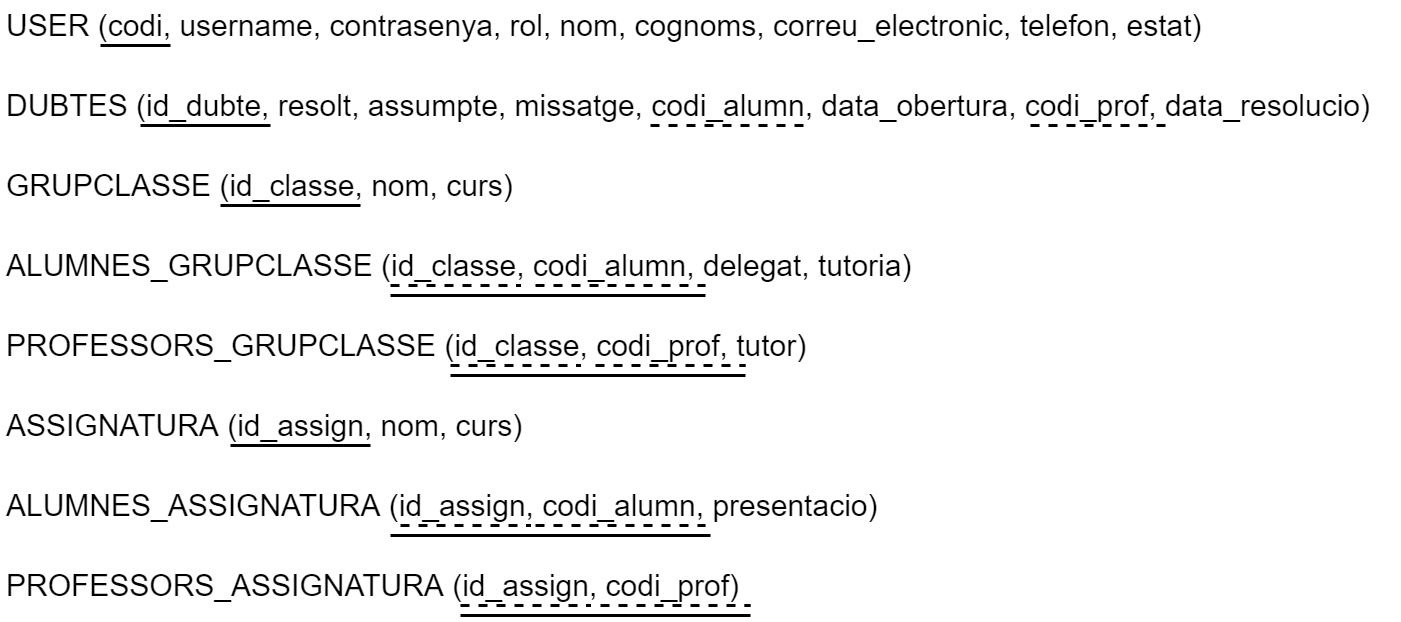
Above: Diagrames/Relacional.drawio.png in Projecte4-Webs-al-punt/Projecte4-Gestor-de-Torns-Professors (draw.io), before the change. Source tidied: cells renumbered, new cells last; positions are measured from the earlier drawing's top-left corner, leaving out a move shared by most shapes.
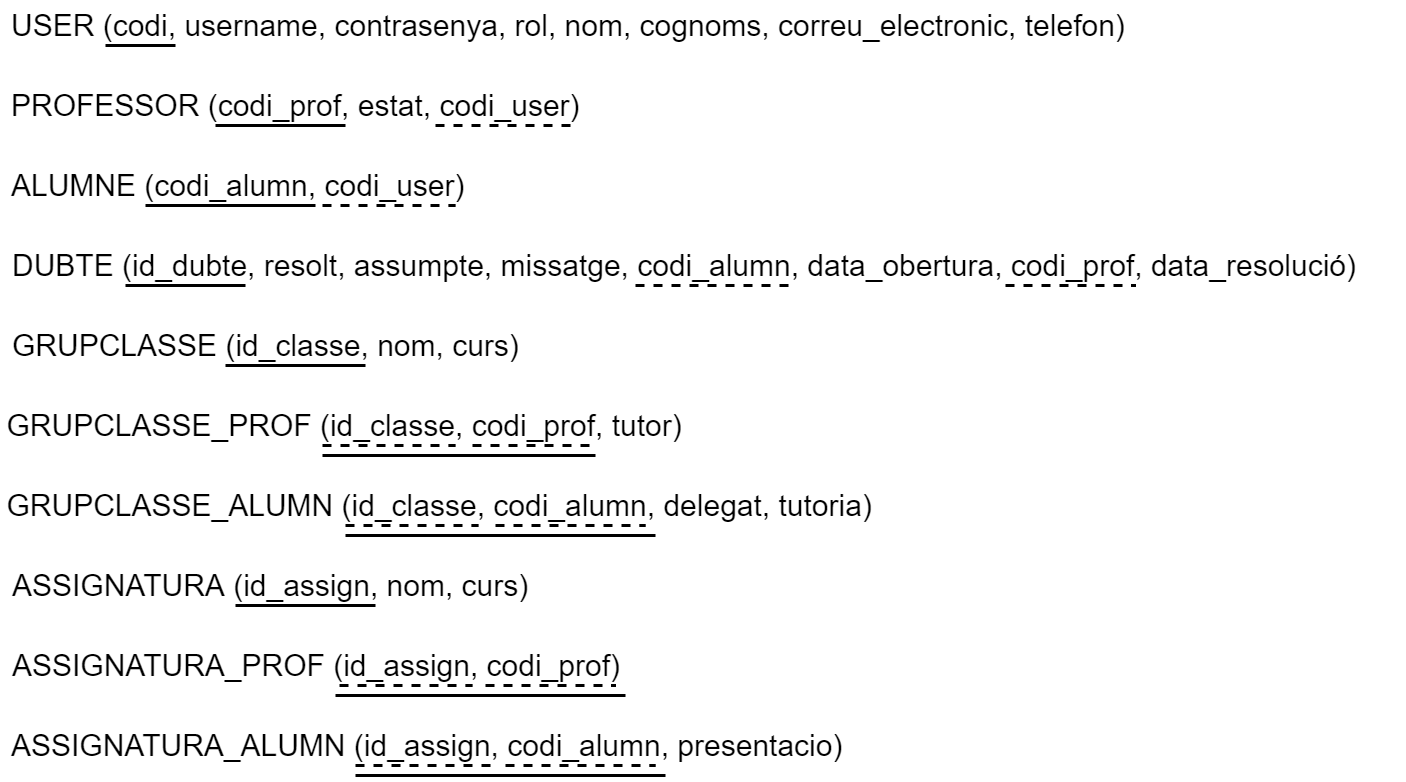
Above is the later version.

Commit message:
model entitat relacio i relacional

The edit, as a diff of the source:
```diff
@@ -2,83 +2,101 @@
   <root>
     <mxCell id="0" />
     <mxCell id="1" parent="0" />
-    <mxCell id="2" value="USER (codi, username, contrasenya, rol, nom, cognoms, correu_electronic, telefon, estat)" style="text;strokeColor=none;fillColor=none;spacingLeft=4;spacingRight=4;overflow=hidden;fontSize=30;" parent="1" vertex="1">
-      <mxGeometry width="1240" height="50" as="geometry" />
+    <mxCell id="2" value="USER (codi, username, contrasenya, rol, nom, cognoms, correu_electronic, telefon)" style="text;strokeColor=none;fillColor=none;spacingLeft=4;spacingRight=4;overflow=hidden;fontSize=30;" parent="1" vertex="1">
+      <mxGeometry width="1160" height="50" as="geometry" />
     </mxCell>
-    <mxCell id="3" value="DUBTES (id_dubte, resolt, assumpte, missatge, codi_alumn, data_obertura, codi_prof, data_resolucio)" style="text;strokeColor=none;fillColor=none;spacingLeft=4;spacingRight=4;overflow=hidden;fontSize=30;" parent="1" vertex="1">
-      <mxGeometry y="80" width="1400" height="50" as="geometry" />
-    </mxCell>
     <mxCell id="4" style="line;strokeWidth=3;dashed=0;labelPosition=right;align=left;verticalAlign=middle;spacingTop=0;spacingLeft=6;fontSize=30;" parent="1" vertex="1">
       <mxGeometry x="100" y="40" width="70" height="10" as="geometry" />
     </mxCell>
-    <mxCell id="5" style="line;strokeWidth=3;dashed=0;labelPosition=right;align=left;verticalAlign=middle;spacingTop=0;spacingLeft=6;fontSize=30;" parent="1" vertex="1">
-      <mxGeometry x="140" y="120" width="130" height="10" as="geometry" />
-    </mxCell>
-    <mxCell id="6" style="line;strokeWidth=3;dashed=1;labelPosition=right;align=left;verticalAlign=middle;spacingTop=0;spacingLeft=6;fontSize=30;" parent="1" vertex="1">
-      <mxGeometry x="650" y="120" width="160" height="10" as="geometry" />
-    </mxCell>
-    <mxCell id="7" style="line;strokeWidth=3;dashed=1;labelPosition=right;align=left;verticalAlign=middle;spacingTop=0;spacingLeft=6;fontSize=30;" parent="1" vertex="1">
-      <mxGeometry x="1030" y="120" width="140" height="10" as="geometry" />
-    </mxCell>
+    <mxCell id="27" value="PROFESSOR (codi_prof, estat, codi_user)" style="text;strokeColor=none;fillColor=none;spacingLeft=4;spacingRight=4;overflow=hidden;fontSize=30;" parent="1" vertex="1">
+      <mxGeometry y="80" width="600" height="50" as="geometry" />
+    </mxCell>
+    <mxCell id="28" style="line;strokeWidth=3;dashed=0;labelPosition=right;align=left;verticalAlign=middle;spacingTop=0;spacingLeft=6;fontSize=30;" parent="1" vertex="1">
+      <mxGeometry x="210" y="120" width="130" height="10" as="geometry" />
+    </mxCell>
+    <mxCell id="29" style="line;strokeWidth=3;dashed=1;labelPosition=right;align=left;verticalAlign=middle;spacingTop=0;spacingLeft=6;fontSize=30;" parent="1" vertex="1">
+      <mxGeometry x="430" y="120" width="140" height="10" as="geometry" />
+    </mxCell>
+    <mxCell id="30" value="ALUMNE (codi_alumn, codi_user)" style="text;strokeColor=none;fillColor=none;spacingLeft=4;spacingRight=4;overflow=hidden;fontSize=30;" parent="1" vertex="1">
+      <mxGeometry y="160" width="480" height="50" as="geometry" />
+    </mxCell>
+    <mxCell id="31" style="line;strokeWidth=3;dashed=0;labelPosition=right;align=left;verticalAlign=middle;spacingTop=0;spacingLeft=6;fontSize=30;" parent="1" vertex="1">
+      <mxGeometry x="140" y="200" width="170" height="10" as="geometry" />
+    </mxCell>
+    <mxCell id="32" style="line;strokeWidth=3;dashed=1;labelPosition=right;align=left;verticalAlign=middle;spacingTop=0;spacingLeft=6;fontSize=30;" parent="1" vertex="1">
+      <mxGeometry x="317" y="200" width="133" height="10" as="geometry" />
+    </mxCell>
+    <mxCell id="33" value="DUBTE (id_dubte, resolt, assumpte, missatge, codi_alumn, data_obertura, codi_prof, data_resolució)" style="text;strokeColor=none;fillColor=none;spacingLeft=4;spacingRight=4;overflow=hidden;fontSize=30;" parent="1" vertex="1">
+      <mxGeometry x="1" y="240" width="1399" height="50" as="geometry" />
+    </mxCell>
+    <mxCell id="34" style="line;strokeWidth=3;dashed=0;labelPosition=right;align=left;verticalAlign=middle;spacingTop=0;spacingLeft=6;fontSize=30;" parent="1" vertex="1">
+      <mxGeometry x="120" y="280" width="120" height="10" as="geometry" />
+    </mxCell>
+    <mxCell id="35" style="line;strokeWidth=3;dashed=1;labelPosition=right;align=left;verticalAlign=middle;spacingTop=0;spacingLeft=6;fontSize=30;" parent="1" vertex="1">
+      <mxGeometry x="630" y="280" width="160" height="10" as="geometry" />
+    </mxCell>
+    <mxCell id="36" style="line;strokeWidth=3;dashed=1;labelPosition=right;align=left;verticalAlign=middle;spacingTop=0;spacingLeft=6;fontSize=30;" parent="1" vertex="1">
+      <mxGeometry x="1000" y="280" width="130" height="10" as="geometry" />
+    </mxCell>
     <mxCell id="8" value="GRUPCLASSE (id_classe, nom, curs)" style="text;strokeColor=none;fillColor=none;spacingLeft=4;spacingRight=4;overflow=hidden;fontSize=30;" parent="1" vertex="1">
-      <mxGeometry y="160" width="560" height="50" as="geometry" />
+      <mxGeometry x="1" y="320" width="559" height="50" as="geometry" />
     </mxCell>
-    <mxCell id="9" style="line;strokeWidth=3;dashed=0;labelPosition=right;align=left;verticalAlign=middle;spacingTop=0;spacingLeft=6;fontSize=30;" parent="1" vertex="1">
-      <mxGeometry x="220" y="200" width="140" height="10" as="geometry" />
-    </mxCell>
     <mxCell id="10" value="ASSIGNATURA (id_assign, nom, curs)" style="text;strokeColor=none;fillColor=none;spacingLeft=4;spacingRight=4;overflow=hidden;fontSize=30;" parent="1" vertex="1">
-      <mxGeometry y="400" width="560" height="50" as="geometry" />
+      <mxGeometry x="1" y="560" width="559" height="50" as="geometry" />
     </mxCell>
-    <mxCell id="11" style="line;strokeWidth=3;dashed=0;labelPosition=right;align=left;verticalAlign=middle;spacingTop=0;spacingLeft=6;fontSize=30;" parent="1" vertex="1">
-      <mxGeometry x="230" y="440" width="140" height="10" as="geometry" />
-    </mxCell>
-    <mxCell id="12" value="ALUMNES_GRUPCLASSE (id_classe, codi_alumn, delegat, tutoria)" style="text;strokeColor=none;fillColor=none;spacingLeft=4;spacingRight=4;overflow=hidden;fontSize=30;" parent="1" vertex="1">
-      <mxGeometry y="240" width="960" height="50" as="geometry" />
-    </mxCell>
-    <mxCell id="13" value="PROFESSORS_GRUPCLASSE (id_classe, codi_prof, tutor)" style="text;strokeColor=none;fillColor=none;spacingLeft=4;spacingRight=4;overflow=hidden;fontSize=30;" parent="1" vertex="1">
-      <mxGeometry y="320" width="840" height="50" as="geometry" />
-    </mxCell>
-    <mxCell id="14" style="line;strokeWidth=3;dashed=1;labelPosition=right;align=left;verticalAlign=middle;spacingTop=0;spacingLeft=6;fontSize=30;" parent="1" vertex="1">
-      <mxGeometry x="535" y="280" width="170" height="10" as="geometry" />
-    </mxCell>
-    <mxCell id="15" style="line;strokeWidth=3;dashed=1;labelPosition=right;align=left;verticalAlign=middle;spacingTop=0;spacingLeft=6;fontSize=30;" parent="1" vertex="1">
-      <mxGeometry x="595" y="360" width="150" height="10" as="geometry" />
-    </mxCell>
-    <mxCell id="16" style="line;strokeWidth=3;labelPosition=right;align=left;verticalAlign=middle;spacingTop=0;spacingLeft=6;fontSize=30;" parent="1" vertex="1">
-      <mxGeometry x="450" y="370" width="295" height="10" as="geometry" />
-    </mxCell>
-    <mxCell id="17" style="line;strokeWidth=3;labelPosition=right;align=left;verticalAlign=middle;spacingTop=0;spacingLeft=6;fontSize=30;" parent="1" vertex="1">
-      <mxGeometry x="390" y="290" width="315" height="10" as="geometry" />
-    </mxCell>
-    <mxCell id="18" value="ALUMNES_ASSIGNATURA (id_assign, codi_alumn, presentacio)" style="text;strokeColor=none;fillColor=none;spacingLeft=4;spacingRight=4;overflow=hidden;fontSize=30;" parent="1" vertex="1">
-      <mxGeometry y="480" width="920" height="50" as="geometry" />
-    </mxCell>
-    <mxCell id="19" style="line;strokeWidth=3;dashed=1;labelPosition=right;align=left;verticalAlign=middle;spacingTop=0;spacingLeft=6;fontSize=30;" parent="1" vertex="1">
-      <mxGeometry x="535" y="520" width="170" height="10" as="geometry" />
-    </mxCell>
-    <mxCell id="20" style="line;strokeWidth=3;labelPosition=right;align=left;verticalAlign=middle;spacingTop=0;spacingLeft=6;fontSize=30;" parent="1" vertex="1">
-      <mxGeometry x="390" y="530" width="320" height="10" as="geometry" />
-    </mxCell>
-    <mxCell id="21" value="PROFESSORS_ASSIGNATURA (id_assign, codi_prof)" style="text;strokeColor=none;fillColor=none;spacingLeft=4;spacingRight=4;overflow=hidden;fontSize=30;" parent="1" vertex="1">
-      <mxGeometry y="560" width="800" height="50" as="geometry" />
-    </mxCell>
-    <mxCell id="22" style="line;strokeWidth=3;dashed=1;labelPosition=right;align=left;verticalAlign=middle;spacingTop=0;spacingLeft=6;fontSize=30;" parent="1" vertex="1">
-      <mxGeometry x="600" y="600" width="150" height="10" as="geometry" />
-    </mxCell>
-    <mxCell id="23" style="line;strokeWidth=3;labelPosition=right;align=left;verticalAlign=middle;spacingTop=0;spacingLeft=6;fontSize=30;" parent="1" vertex="1">
-      <mxGeometry x="460" y="610" width="290" height="10" as="geometry" />
-    </mxCell>
-    <mxCell id="24" style="line;strokeWidth=3;dashed=1;labelPosition=right;align=left;verticalAlign=middle;spacingTop=0;spacingLeft=6;fontSize=30;" parent="1" vertex="1">
-      <mxGeometry x="460" y="600" width="130" height="10" as="geometry" />
-    </mxCell>
-    <mxCell id="25" style="line;strokeWidth=3;dashed=1;labelPosition=right;align=left;verticalAlign=middle;spacingTop=0;spacingLeft=6;fontSize=30;" parent="1" vertex="1">
-      <mxGeometry x="400" y="520" width="130" height="10" as="geometry" />
-    </mxCell>
-    <mxCell id="26" style="line;strokeWidth=3;dashed=1;labelPosition=right;align=left;verticalAlign=middle;spacingTop=0;spacingLeft=6;fontSize=30;" parent="1" vertex="1">
-      <mxGeometry x="390" y="280" width="130" height="10" as="geometry" />
-    </mxCell>
-    <mxCell id="27" style="line;strokeWidth=3;dashed=1;labelPosition=right;align=left;verticalAlign=middle;spacingTop=0;spacingLeft=6;fontSize=30;" parent="1" vertex="1">
-      <mxGeometry x="450" y="360" width="130" height="10" as="geometry" />
-    </mxCell>
+    <mxCell id="37" style="line;strokeWidth=3;dashed=0;labelPosition=right;align=left;verticalAlign=middle;spacingTop=0;spacingLeft=6;fontSize=30;" parent="1" vertex="1">
+      <mxGeometry x="220" y="360" width="140" height="10" as="geometry" />
+    </mxCell>
+    <mxCell id="38" style="line;strokeWidth=3;dashed=0;labelPosition=right;align=left;verticalAlign=middle;spacingTop=0;spacingLeft=6;fontSize=30;" parent="1" vertex="1">
+      <mxGeometry x="230" y="600" width="140" height="10" as="geometry" />
+    </mxCell>
+    <mxCell id="39" value="GRUPCLASSE_PROF (id_classe, codi_prof, tutor)" style="text;strokeColor=none;fillColor=none;spacingLeft=4;spacingRight=4;overflow=hidden;fontSize=30;" parent="1" vertex="1">
+      <mxGeometry x="-4.5" y="400" width="724.5" height="50" as="geometry" />
+    </mxCell>
+    <mxCell id="40" style="line;strokeWidth=3;dashed=1;labelPosition=right;align=left;verticalAlign=middle;spacingTop=0;spacingLeft=6;fontSize=30;" parent="1" vertex="1">
+      <mxGeometry x="317" y="440" width="133" height="10" as="geometry" />
+    </mxCell>
+    <mxCell id="41" style="line;strokeWidth=3;dashed=1;labelPosition=right;align=left;verticalAlign=middle;spacingTop=0;spacingLeft=6;fontSize=30;" parent="1" vertex="1">
+      <mxGeometry x="467" y="440" width="123" height="10" as="geometry" />
+    </mxCell>
+    <mxCell id="42" style="line;strokeWidth=3;dashed=0;labelPosition=right;align=left;verticalAlign=middle;spacingTop=0;spacingLeft=6;fontSize=30;" parent="1" vertex="1">
+      <mxGeometry x="317" y="450" width="273" height="10" as="geometry" />
+    </mxCell>
+    <mxCell id="43" value="GRUPCLASSE_ALUMN (id_classe, codi_alumn, delegat, tutoria)" style="text;strokeColor=none;fillColor=none;spacingLeft=4;spacingRight=4;overflow=hidden;fontSize=30;" parent="1" vertex="1">
+      <mxGeometry x="-4.5" y="480" width="884.5" height="50" as="geometry" />
+    </mxCell>
+    <mxCell id="44" style="line;strokeWidth=3;dashed=1;labelPosition=right;align=left;verticalAlign=middle;spacingTop=0;spacingLeft=6;fontSize=30;" parent="1" vertex="1">
+      <mxGeometry x="340" y="520" width="133" height="10" as="geometry" />
+    </mxCell>
+    <mxCell id="45" style="line;strokeWidth=3;dashed=1;labelPosition=right;align=left;verticalAlign=middle;spacingTop=0;spacingLeft=6;fontSize=30;" parent="1" vertex="1">
+      <mxGeometry x="490" y="520" width="150" height="10" as="geometry" />
+    </mxCell>
+    <mxCell id="46" style="line;strokeWidth=3;dashed=0;labelPosition=right;align=left;verticalAlign=middle;spacingTop=0;spacingLeft=6;fontSize=30;" parent="1" vertex="1">
+      <mxGeometry x="340" y="530" width="310" height="10" as="geometry" />
+    </mxCell>
+    <mxCell id="47" value="ASSIGNATURA_PROF (id_assign, codi_prof)" style="text;strokeColor=none;fillColor=none;spacingLeft=4;spacingRight=4;overflow=hidden;fontSize=30;" parent="1" vertex="1">
+      <mxGeometry x="1" y="640" width="639" height="50" as="geometry" />
+    </mxCell>
+    <mxCell id="48" style="line;strokeWidth=3;dashed=1;labelPosition=right;align=left;verticalAlign=middle;spacingTop=0;spacingLeft=6;fontSize=30;" parent="1" vertex="1">
+      <mxGeometry x="334" y="680" width="133" height="10" as="geometry" />
+    </mxCell>
+    <mxCell id="49" style="line;strokeWidth=3;dashed=1;labelPosition=right;align=left;verticalAlign=middle;spacingTop=0;spacingLeft=6;fontSize=30;" parent="1" vertex="1">
+      <mxGeometry x="480" y="680" width="130" height="10" as="geometry" />
+    </mxCell>
+    <mxCell id="50" style="line;strokeWidth=3;dashed=0;labelPosition=right;align=left;verticalAlign=middle;spacingTop=0;spacingLeft=6;fontSize=30;" parent="1" vertex="1">
+      <mxGeometry x="330" y="690" width="290" height="10" as="geometry" />
+    </mxCell>
+    <mxCell id="51" value="ASSIGNATURA_ALUMN (id_assign, codi_alumn, presentacio)" style="text;strokeColor=none;fillColor=none;spacingLeft=4;spacingRight=4;overflow=hidden;fontSize=30;" parent="1" vertex="1">
+      <mxGeometry y="720" width="880" height="50" as="geometry" />
+    </mxCell>
+    <mxCell id="52" style="line;strokeWidth=3;dashed=1;labelPosition=right;align=left;verticalAlign=middle;spacingTop=0;spacingLeft=6;fontSize=30;" parent="1" vertex="1">
+      <mxGeometry x="350" y="760" width="140" height="10" as="geometry" />
+    </mxCell>
+    <mxCell id="53" style="line;strokeWidth=3;dashed=1;labelPosition=right;align=left;verticalAlign=middle;spacingTop=0;spacingLeft=6;fontSize=30;" parent="1" vertex="1">
+      <mxGeometry x="500" y="760" width="150" height="10" as="geometry" />
+    </mxCell>
+    <mxCell id="54" style="line;strokeWidth=3;dashed=0;labelPosition=right;align=left;verticalAlign=middle;spacingTop=0;spacingLeft=6;fontSize=30;" parent="1" vertex="1">
+      <mxGeometry x="350" y="770" width="310" height="10" as="geometry" />
+    </mxCell>
   </root>
 </mxGraphModel>
```
